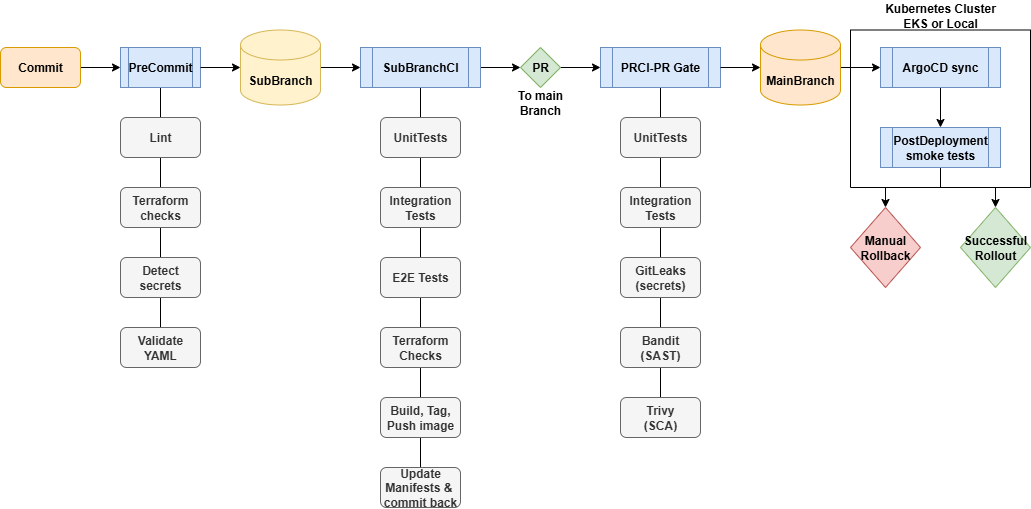
Above: media/CICD.drawio.png in s1natex/devops-cicd-demo (draw.io), before the change. Source tidied: cells renumbered, new cells last; positions are measured from the earlier drawing's top-left corner, leaving out a move shared by most shapes.
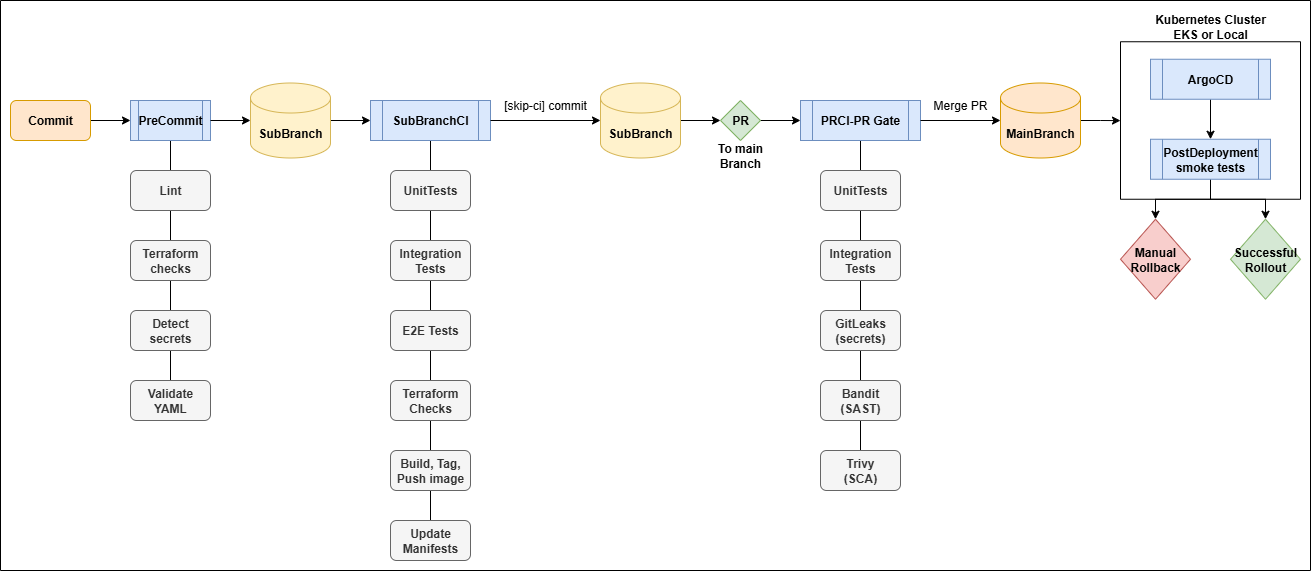
The same diagram one commit later.

What changed in the source:
```diff
@@ -26,9 +26,6 @@
     <mxCell id="9" style="edgeStyle=orthogonalEdgeStyle;rounded=0;jettySize=auto;html=1;entryX=0.5;entryY=0;entryDx=0;entryDy=0;endArrow=none;endFill=0;" parent="1" edge="1" source="11" target="17">
       <mxGeometry relative="1" as="geometry" />
     </mxCell>
-    <mxCell id="10" style="edgeStyle=orthogonalEdgeStyle;rounded=0;jettySize=auto;html=1;entryX=0;entryY=0.5;entryDx=0;entryDy=0;" parent="1" edge="1" source="11" target="27">
-      <mxGeometry relative="1" as="geometry" />
-    </mxCell>
     <mxCell id="11" value="&lt;b&gt;SubBranchCI&lt;/b&gt;" style="shape=process;whiteSpace=wrap;html=1;backgroundOutline=1;fillColor=#dae8fc;strokeColor=#6c8ebf;" parent="1" vertex="1">
       <mxGeometry x="360" y="48" width="120" height="40" as="geometry" />
     </mxCell>
@@ -47,7 +44,7 @@
     <mxCell id="16" value="&lt;b&gt;Build, Tag, Push image&lt;/b&gt;" style="rounded=1;whiteSpace=wrap;html=1;fillColor=#f5f5f5;fontColor=#333333;strokeColor=#666666;" parent="1" vertex="1">
       <mxGeometry x="380" y="398" width="80" height="40" as="geometry" />
     </mxCell>
-    <mxCell id="17" value="&lt;b&gt;Update Manifests &amp;amp;&amp;nbsp; commit back&lt;/b&gt;" style="rounded=1;whiteSpace=wrap;html=1;fillColor=#f5f5f5;fontColor=#333333;strokeColor=#666666;" parent="1" vertex="1">
+    <mxCell id="17" value="&lt;b&gt;Update Manifests&lt;/b&gt;" style="rounded=1;whiteSpace=wrap;html=1;fillColor=#f5f5f5;fontColor=#333333;strokeColor=#666666;" parent="1" vertex="1">
       <mxGeometry x="380" y="468" width="80" height="40" as="geometry" />
     </mxCell>
     <mxCell id="18" value="&lt;b&gt;Lint&lt;/b&gt;" style="rounded=1;whiteSpace=wrap;html=1;fillColor=#f5f5f5;fontColor=#333333;strokeColor=#666666;" parent="1" vertex="1">
@@ -62,47 +59,47 @@
     <mxCell id="21" value="&lt;b&gt;Validate YAML&lt;/b&gt;" style="rounded=1;whiteSpace=wrap;html=1;fillColor=#f5f5f5;fontColor=#333333;strokeColor=#666666;" parent="1" vertex="1">
       <mxGeometry x="120" y="328" width="80" height="40" as="geometry" />
     </mxCell>
-    <mxCell id="22" style="edgeStyle=orthogonalEdgeStyle;rounded=0;jettySize=auto;html=1;entryX=0;entryY=0.5;entryDx=0;entryDy=0;" parent="1" edge="1" source="23" target="35">
-      <mxGeometry relative="1" as="geometry" />
-    </mxCell>
+    <mxCell id="44" style="edgeStyle=orthogonalEdgeStyle;rounded=0;jettySize=auto;html=1;" parent="1" edge="1" source="23" target="42">
+      <mxGeometry relative="1" as="geometry" />
+    </mxCell>
     <mxCell id="23" value="&lt;b&gt;MainBranch&lt;/b&gt;" style="shape=cylinder3;whiteSpace=wrap;html=1;boundedLbl=1;backgroundOutline=1;size=15;fillColor=#ffe6cc;strokeColor=#d79b00;" parent="1" vertex="1">
-      <mxGeometry x="760" y="30.5" width="80" height="75" as="geometry" />
+      <mxGeometry x="990" y="30.5" width="80" height="75" as="geometry" />
     </mxCell>
     <mxCell id="24" style="edgeStyle=orthogonalEdgeStyle;rounded=0;jettySize=auto;html=1;entryX=0.5;entryY=0;entryDx=0;entryDy=0;endArrow=none;endFill=0;" parent="1" edge="1" source="25" target="32">
       <mxGeometry relative="1" as="geometry" />
     </mxCell>
     <mxCell id="25" value="&lt;b&gt;PRCI-PR Gate&lt;/b&gt;" style="shape=process;whiteSpace=wrap;html=1;backgroundOutline=1;fillColor=#dae8fc;strokeColor=#6c8ebf;" parent="1" vertex="1">
-      <mxGeometry x="600" y="48" width="120" height="40" as="geometry" />
+      <mxGeometry x="790" y="48" width="120" height="40" as="geometry" />
     </mxCell>
     <mxCell id="26" style="edgeStyle=orthogonalEdgeStyle;rounded=0;jettySize=auto;html=1;entryX=0;entryY=0.5;entryDx=0;entryDy=0;" parent="1" edge="1" source="27" target="25">
       <mxGeometry relative="1" as="geometry" />
     </mxCell>
     <mxCell id="27" value="&lt;b&gt;PR&lt;/b&gt;" style="rhombus;whiteSpace=wrap;html=1;fillColor=#d5e8d4;strokeColor=#82b366;" parent="1" vertex="1">
-      <mxGeometry x="520" y="48" width="40" height="40" as="geometry" />
+      <mxGeometry x="710" y="48" width="40" height="40" as="geometry" />
     </mxCell>
     <mxCell id="28" style="edgeStyle=orthogonalEdgeStyle;rounded=0;jettySize=auto;html=1;entryX=0;entryY=0.5;entryDx=0;entryDy=0;entryPerimeter=0;" parent="1" edge="1" source="25" target="23">
       <mxGeometry relative="1" as="geometry" />
     </mxCell>
     <mxCell id="29" value="&lt;b&gt;UnitTests&lt;/b&gt;" style="rounded=1;whiteSpace=wrap;html=1;fillColor=#f5f5f5;fontColor=#333333;strokeColor=#666666;" parent="1" vertex="1">
-      <mxGeometry x="620" y="118" width="80" height="40" as="geometry" />
+      <mxGeometry x="810" y="118" width="80" height="40" as="geometry" />
     </mxCell>
     <mxCell id="30" value="&lt;b&gt;Integration Tests&lt;/b&gt;" style="rounded=1;whiteSpace=wrap;html=1;fillColor=#f5f5f5;fontColor=#333333;strokeColor=#666666;" parent="1" vertex="1">
-      <mxGeometry x="620" y="188" width="80" height="40" as="geometry" />
+      <mxGeometry x="810" y="188" width="80" height="40" as="geometry" />
     </mxCell>
     <mxCell id="31" value="&lt;b&gt;Bandit&lt;/b&gt;&lt;div&gt;&lt;b&gt;(SAST)&lt;/b&gt;&lt;/div&gt;" style="rounded=1;whiteSpace=wrap;html=1;fillColor=#f5f5f5;fontColor=#333333;strokeColor=#666666;" parent="1" vertex="1">
-      <mxGeometry x="620" y="328" width="80" height="40" as="geometry" />
+      <mxGeometry x="810" y="328" width="80" height="40" as="geometry" />
     </mxCell>
     <mxCell id="32" value="&lt;b&gt;Trivy&lt;/b&gt;&lt;div&gt;&lt;b&gt;(SCA)&lt;/b&gt;&lt;/div&gt;" style="rounded=1;whiteSpace=wrap;html=1;fillColor=#f5f5f5;fontColor=#333333;strokeColor=#666666;" parent="1" vertex="1">
-      <mxGeometry x="620" y="398" width="80" height="40" as="geometry" />
+      <mxGeometry x="810" y="398" width="80" height="40" as="geometry" />
     </mxCell>
     <mxCell id="33" value="&lt;b&gt;GitLeaks&lt;/b&gt;&lt;div&gt;&lt;b&gt;(secrets)&lt;/b&gt;&lt;/div&gt;" style="rounded=1;whiteSpace=wrap;html=1;fillColor=#f5f5f5;fontColor=#333333;strokeColor=#666666;" parent="1" vertex="1">
-      <mxGeometry x="620" y="258" width="80" height="40" as="geometry" />
+      <mxGeometry x="810" y="258" width="80" height="40" as="geometry" />
     </mxCell>
     <mxCell id="34" style="edgeStyle=orthogonalEdgeStyle;rounded=0;jettySize=auto;html=1;entryX=0.5;entryY=0;entryDx=0;entryDy=0;" parent="1" edge="1" source="35" target="38">
       <mxGeometry relative="1" as="geometry" />
     </mxCell>
-    <mxCell id="35" value="&lt;b&gt;ArgoCD sync&lt;/b&gt;" style="shape=process;whiteSpace=wrap;html=1;backgroundOutline=1;fillColor=#dae8fc;strokeColor=#6c8ebf;" parent="1" vertex="1">
-      <mxGeometry x="880" y="48" width="120" height="40" as="geometry" />
+    <mxCell id="35" value="&lt;b&gt;ArgoCD&lt;/b&gt;" style="shape=process;whiteSpace=wrap;html=1;backgroundOutline=1;fillColor=#dae8fc;strokeColor=#6c8ebf;" parent="1" vertex="1">
+      <mxGeometry x="1140" y="6.8" width="120" height="40" as="geometry" />
     </mxCell>
     <mxCell id="36" style="edgeStyle=orthogonalEdgeStyle;rounded=0;jettySize=auto;html=1;entryX=0.5;entryY=0;entryDx=0;entryDy=0;" parent="1" edge="1" source="38" target="39">
       <mxGeometry relative="1" as="geometry" />
@@ -111,22 +108,40 @@
       <mxGeometry relative="1" as="geometry" />
     </mxCell>
     <mxCell id="38" value="&lt;b&gt;PostDeployment smoke tests&lt;/b&gt;" style="shape=process;whiteSpace=wrap;html=1;backgroundOutline=1;fillColor=#dae8fc;strokeColor=#6c8ebf;" parent="1" vertex="1">
-      <mxGeometry x="880" y="128" width="120" height="40" as="geometry" />
+      <mxGeometry x="1140" y="86.8" width="120" height="40" as="geometry" />
     </mxCell>
     <mxCell id="39" value="&lt;b&gt;Manual Rollback&lt;/b&gt;" style="rhombus;whiteSpace=wrap;html=1;fillColor=#f8cecc;strokeColor=#b85450;" parent="1" vertex="1">
-      <mxGeometry x="850" y="208" width="70" height="80" as="geometry" />
+      <mxGeometry x="1110" y="166.8" width="70" height="80" as="geometry" />
     </mxCell>
     <mxCell id="40" value="&lt;b&gt;Successful Rollout&lt;/b&gt;" style="rhombus;whiteSpace=wrap;html=1;fillColor=#d5e8d4;strokeColor=#82b366;" parent="1" vertex="1">
-      <mxGeometry x="960" y="208" width="70" height="80" as="geometry" />
+      <mxGeometry x="1220" y="166.8" width="70" height="80" as="geometry" />
     </mxCell>
     <mxCell id="41" value="To main Branch" style="text;html=1;align=center;verticalAlign=middle;whiteSpace=wrap;rounded=0;fontStyle=1;" parent="1" vertex="1">
-      <mxGeometry x="510" y="88" width="60" height="30" as="geometry" />
+      <mxGeometry x="700" y="88" width="60" height="30" as="geometry" />
     </mxCell>
     <mxCell id="42" style="swimlane;startSize=0;" parent="1" vertex="1">
-      <mxGeometry x="850" y="30.5" width="180" height="157.5" as="geometry" />
+      <mxGeometry x="1110" y="-10.8" width="180" height="157.5" as="geometry" />
     </mxCell>
     <mxCell id="43" value="&lt;b&gt;Kubernetes Cluster EKS or Local&lt;/b&gt;" style="text;html=1;align=center;verticalAlign=middle;whiteSpace=wrap;rounded=0;" parent="1" vertex="1">
-      <mxGeometry x="880" y="0.5" width="120" height="30" as="geometry" />
+      <mxGeometry x="1140" y="-40.8" width="120" height="30" as="geometry" />
     </mxCell>
+    <mxCell id="45" style="edgeStyle=orthogonalEdgeStyle;rounded=0;jettySize=auto;html=1;entryX=0;entryY=0.5;entryDx=0;entryDy=0;" parent="1" edge="1" source="46" target="27">
+      <mxGeometry relative="1" as="geometry" />
+    </mxCell>
+    <mxCell id="46" value="&lt;b&gt;SubBranch&lt;/b&gt;" style="shape=cylinder3;whiteSpace=wrap;html=1;boundedLbl=1;backgroundOutline=1;size=15;fillColor=#fff2cc;strokeColor=#d6b656;" parent="1" vertex="1">
+      <mxGeometry x="590" y="30.5" width="80" height="75" as="geometry" />
+    </mxCell>
+    <mxCell id="47" value="[skip-ci] commit" style="text;html=1;align=center;verticalAlign=middle;whiteSpace=wrap;rounded=0;" parent="1" vertex="1">
+      <mxGeometry x="490" y="38" width="90" height="30" as="geometry" />
+    </mxCell>
+    <mxCell id="48" style="edgeStyle=orthogonalEdgeStyle;rounded=0;jettySize=auto;html=1;entryX=0;entryY=0.5;entryDx=0;entryDy=0;entryPerimeter=0;" parent="1" edge="1" source="11" target="46">
+      <mxGeometry relative="1" as="geometry" />
+    </mxCell>
+    <mxCell id="49" value="Merge PR" style="text;html=1;align=center;verticalAlign=middle;whiteSpace=wrap;rounded=0;" parent="1" vertex="1">
+      <mxGeometry x="920" y="38" width="60" height="30" as="geometry" />
+    </mxCell>
+    <mxCell id="50" style="swimlane;startSize=0;" parent="1" vertex="1">
+      <mxGeometry x="-10" y="-52" width="1310" height="570" as="geometry" />
+    </mxCell>
   </root>
 </mxGraphModel>
```
